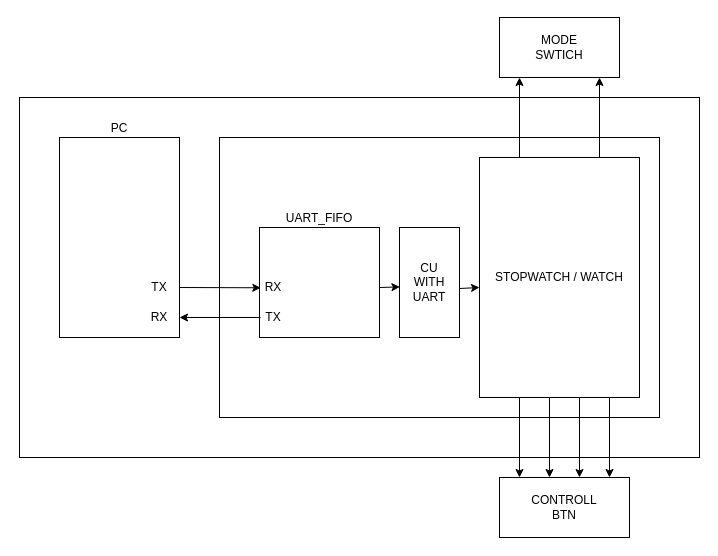
HW-JJJ/verilogHDL keeps this draw.io diagram as draw.io/2ND TASK.drawio. Above is the earlier version. Source tidied: cells renumbered, new cells numbered last; positions are measured from the earlier drawing's top-left corner, leaving out a move shared by most shapes. Both pictures are drawn from the tidied source at 100%, with x=0, y=0 at pixel (19, 17).
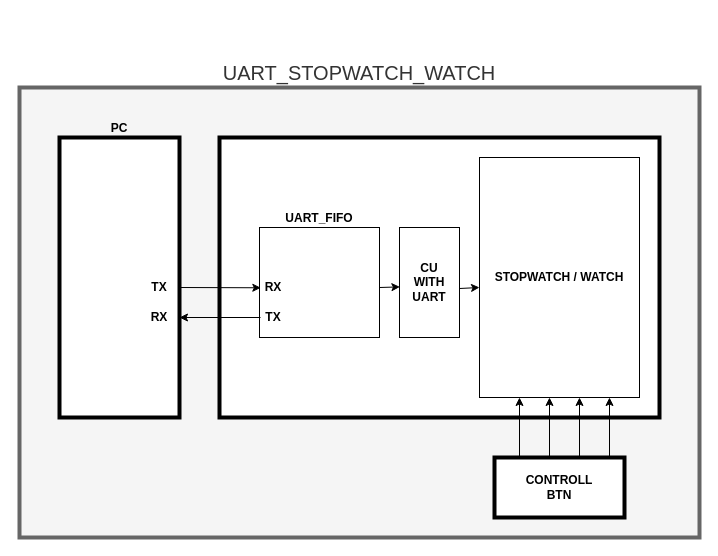
After the change.

What changed in the source:
```diff
@@
-    <mxCell id="2" style="rounded=0;whiteSpace=wrap;html=1;" parent="1" vertex="1">
-      <mxGeometry y="80" width="680" height="360" as="geometry" />
-    </mxCell>
+    <mxCell id="24" value="UART_STOPWATCH_WATCH" style="rounded=0;whiteSpace=wrap;html=1;fillColor=#f5f5f5;fontColor=#333333;strokeColor=#666666;labelPosition=center;verticalLabelPosition=top;align=center;verticalAlign=bottom;fontSize=20;strokeWidth=4;" parent="1" vertex="1">
+      <mxGeometry y="70" width="680" height="450" as="geometry" />
+    </mxCell>
-    <mxCell id="3" value="PC" style="rounded=0;whiteSpace=wrap;html=1;labelPosition=center;verticalLabelPosition=top;align=center;verticalAlign=bottom;" parent="1" vertex="1">
-      <mxGeometry x="40" y="120" width="120" height="200" as="geometry" />
+    <mxCell id="3" value="PC" style="rounded=0;whiteSpace=wrap;html=1;labelPosition=center;verticalLabelPosition=top;align=center;verticalAlign=bottom;strokeWidth=4;fontStyle=1;" parent="1" vertex="1">
+      <mxGeometry x="40" y="120" width="120" height="280" as="geometry" />
     </mxCell>
-    <mxCell id="4" style="rounded=0;whiteSpace=wrap;html=1;" parent="1" vertex="1">
+    <mxCell id="4" style="rounded=0;whiteSpace=wrap;html=1;strokeWidth=4;" parent="1" vertex="1">
       <mxGeometry x="200" y="120" width="440" height="280" as="geometry" />
     </mxCell>
-    <mxCell id="5" value="UART_FIFO" style="rounded=0;whiteSpace=wrap;html=1;labelPosition=center;verticalLabelPosition=top;align=center;verticalAlign=bottom;" parent="1" vertex="1">
+    <mxCell id="5" value="UART_FIFO" style="rounded=0;whiteSpace=wrap;html=1;labelPosition=center;verticalLabelPosition=top;align=center;verticalAlign=bottom;fontStyle=1;" parent="1" vertex="1">
       <mxGeometry x="240" y="210" width="120" height="110" as="geometry" />
     </mxCell>
-    <mxCell id="6" value="STOPWATCH / WATCH" style="rounded=0;whiteSpace=wrap;html=1;" parent="1" vertex="1">
+    <mxCell id="6" value="STOPWATCH / WATCH" style="rounded=0;whiteSpace=wrap;html=1;fontStyle=1;" parent="1" vertex="1">
       <mxGeometry x="460" y="140" width="160" height="240" as="geometry" />
     </mxCell>
-    <mxCell id="7" style="endArrow=classic;html=1;rounded=0;exitX=1;exitY=0.75;exitDx=0;exitDy=0;entryX=0.011;entryY=0.548;entryDx=0;entryDy=0;entryPerimeter=0;" parent="1" edge="1" source="3" target="5">
+    <mxCell id="7" style="endArrow=classic;html=1;rounded=0;exitX=1;exitY=0.5;exitDx=0;exitDy=0;entryX=0.011;entryY=0.548;entryDx=0;entryDy=0;entryPerimeter=0;fontStyle=1;" parent="1" edge="1" source="18" target="5">
       <mxGeometry relative="1" as="geometry" />
     </mxCell>
-    <mxCell id="8" style="endArrow=classic;html=1;rounded=0;exitX=1;exitY=0.75;exitDx=0;exitDy=0;entryX=0.011;entryY=0.548;entryDx=0;entryDy=0;entryPerimeter=0;" parent="1" edge="1">
+    <mxCell id="8" style="endArrow=classic;html=1;rounded=0;exitX=1;exitY=0.75;exitDx=0;exitDy=0;entryX=0.011;entryY=0.548;entryDx=0;entryDy=0;entryPerimeter=0;fontStyle=1;" parent="1" edge="1">
       <mxGeometry relative="1" as="geometry">
         <mxPoint x="241" y="300" as="sourcePoint" />
         <mxPoint x="160" y="300" as="targetPoint" />
       </mxGeometry>
     </mxCell>
@@
-    <mxCell id="10" value="CU&lt;div&gt;WITH&lt;/div&gt;&lt;div&gt;UART&lt;/div&gt;" style="rounded=0;whiteSpace=wrap;html=1;labelPosition=center;verticalLabelPosition=middle;align=center;verticalAlign=middle;" parent="1" vertex="1">
+    <mxCell id="10" value="CU&lt;div&gt;WITH&lt;/div&gt;&lt;div&gt;UART&lt;/div&gt;" style="rounded=0;whiteSpace=wrap;html=1;labelPosition=center;verticalLabelPosition=middle;align=center;verticalAlign=middle;fontStyle=1;" parent="1" vertex="1">
       <mxGeometry x="380" y="210" width="60" height="110" as="geometry" />
     </mxCell>
@@
-    <mxCell id="12" style="endArrow=classic;html=1;rounded=0;exitX=0.25;exitY=1;exitDx=0;exitDy=0;" parent="1" edge="1" source="6">
+    <mxCell id="12" style="endArrow=classic;html=1;rounded=0;exitX=0.25;exitY=1;exitDx=0;exitDy=0;entryX=0.25;entryY=1;entryDx=0;entryDy=0;" parent="1" edge="1" target="6">
       <mxGeometry relative="1" as="geometry">
-        <mxPoint x="500" y="460" as="targetPoint" />
+        <mxPoint x="500" y="440" as="sourcePoint" />
       </mxGeometry>
     </mxCell>
     <mxCell id="13" style="endArrow=classic;html=1;rounded=0;exitX=0.25;exitY=1;exitDx=0;exitDy=0;" parent="1" edge="1">
       <mxGeometry relative="1" as="geometry">
-        <mxPoint x="530" y="380" as="sourcePoint" />
-        <mxPoint x="530" y="460" as="targetPoint" />
+        <mxPoint x="530" y="440" as="sourcePoint" />
+        <mxPoint x="530" y="380" as="targetPoint" />
       </mxGeometry>
     </mxCell>
     <mxCell id="14" style="endArrow=classic;html=1;rounded=0;exitX=0.25;exitY=1;exitDx=0;exitDy=0;" parent="1" edge="1">
       <mxGeometry relative="1" as="geometry">
-        <mxPoint x="560" y="380" as="sourcePoint" />
-        <mxPoint x="560" y="460" as="targetPoint" />
+        <mxPoint x="560" y="440" as="sourcePoint" />
+        <mxPoint x="560" y="380" as="targetPoint" />
       </mxGeometry>
     </mxCell>
     <mxCell id="15" style="endArrow=classic;html=1;rounded=0;exitX=0.25;exitY=1;exitDx=0;exitDy=0;" parent="1" edge="1">
       <mxGeometry relative="1" as="geometry">
-        <mxPoint x="590" y="380" as="sourcePoint" />
-        <mxPoint x="590" y="460" as="targetPoint" />
+        <mxPoint x="590" y="440" as="sourcePoint" />
+        <mxPoint x="590" y="380" as="targetPoint" />
       </mxGeometry>
     </mxCell>
-    <mxCell id="16" style="endArrow=classic;html=1;rounded=0;exitX=0.25;exitY=0;exitDx=0;exitDy=0;" parent="1" edge="1" source="6">
-      <mxGeometry relative="1" as="geometry">
-        <mxPoint x="500" y="60" as="targetPoint" />
-      </mxGeometry>
-    </mxCell>
-    <mxCell id="17" style="endArrow=classic;html=1;rounded=0;exitX=0.25;exitY=0;exitDx=0;exitDy=0;" parent="1" edge="1">
-      <mxGeometry relative="1" as="geometry">
-        <mxPoint x="580" y="140" as="sourcePoint" />
-        <mxPoint x="580" y="60" as="targetPoint" />
-      </mxGeometry>
-    </mxCell>
-    <mxCell id="18" value="TX" style="text;html=1;align=center;verticalAlign=middle;whiteSpace=wrap;rounded=0;" parent="1" vertex="1">
+    <mxCell id="18" value="TX" style="text;html=1;align=center;verticalAlign=middle;whiteSpace=wrap;rounded=0;fontStyle=1;" parent="1" vertex="1">
       <mxGeometry x="120" y="260" width="40" height="20" as="geometry" />
     </mxCell>
-    <mxCell id="19" value="RX" style="text;html=1;align=center;verticalAlign=middle;whiteSpace=wrap;rounded=0;" parent="1" vertex="1">
+    <mxCell id="19" value="RX" style="text;html=1;align=center;verticalAlign=middle;whiteSpace=wrap;rounded=0;fontStyle=1;" parent="1" vertex="1">
       <mxGeometry x="120" y="290" width="40" height="20" as="geometry" />
     </mxCell>
-    <mxCell id="20" value="TX" style="text;html=1;align=center;verticalAlign=middle;whiteSpace=wrap;rounded=0;" parent="1" vertex="1">
+    <mxCell id="20" value="TX" style="text;html=1;align=center;verticalAlign=middle;whiteSpace=wrap;rounded=0;fontStyle=1;" parent="1" vertex="1">
       <mxGeometry x="234" y="290" width="40" height="20" as="geometry" />
     </mxCell>
-    <mxCell id="21" value="RX" style="text;html=1;align=center;verticalAlign=middle;whiteSpace=wrap;rounded=0;" parent="1" vertex="1">
+    <mxCell id="21" value="RX" style="text;html=1;align=center;verticalAlign=middle;whiteSpace=wrap;rounded=0;fontStyle=1;" parent="1" vertex="1">
       <mxGeometry x="234" y="260" width="40" height="20" as="geometry" />
     </mxCell>
-    <mxCell id="22" value="MODE&lt;div&gt;SWTICH&lt;/div&gt;" style="rounded=0;whiteSpace=wrap;html=1;" parent="1" vertex="1">
-      <mxGeometry x="480" width="120" height="60" as="geometry" />
-    </mxCell>
-    <mxCell id="23" value="CONTROLL&lt;div&gt;BTN&lt;/div&gt;" style="rounded=0;whiteSpace=wrap;html=1;" parent="1" vertex="1">
-      <mxGeometry x="480" y="460" width="130" height="60" as="geometry" />
+    <mxCell id="23" value="CONTROLL&lt;div&gt;BTN&lt;/div&gt;" style="rounded=0;whiteSpace=wrap;html=1;strokeWidth=4;fontStyle=1;" parent="1" vertex="1">
+      <mxGeometry x="475" y="440" width="130" height="60" as="geometry" />
     </mxCell>
```
